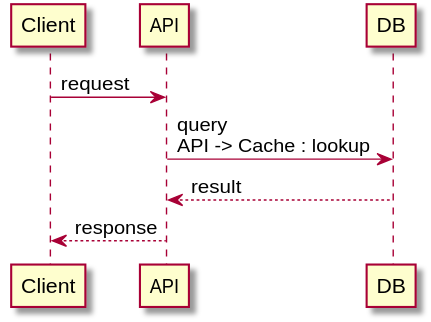
Above: diagrams/docs/providers/plantuml/system.svg in Buffden/diagram-sync (PlantUML), before the change. Source of this version:
```plantuml
@startuml
Client -> API : request
API -> DB : query\nAPI -> Cache : lookup
DB --> API : result
API --> Client : response
@enduml
```
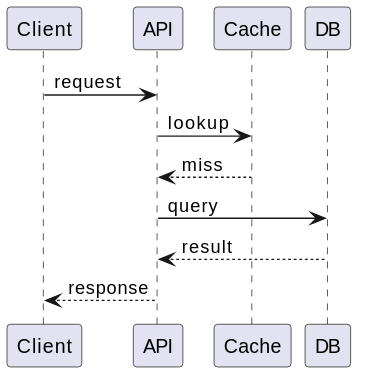
After the change.

The edit, as a diff of the source:
```diff
@@ -1,6 +1,8 @@
 @startuml
 Client -> API : request
-API -> DB : query\nAPI -> Cache : lookup
+API -> Cache : lookup
+Cache --> API : miss
+API -> DB : query
 DB --> API : result
 API --> Client : response
 @enduml
```
